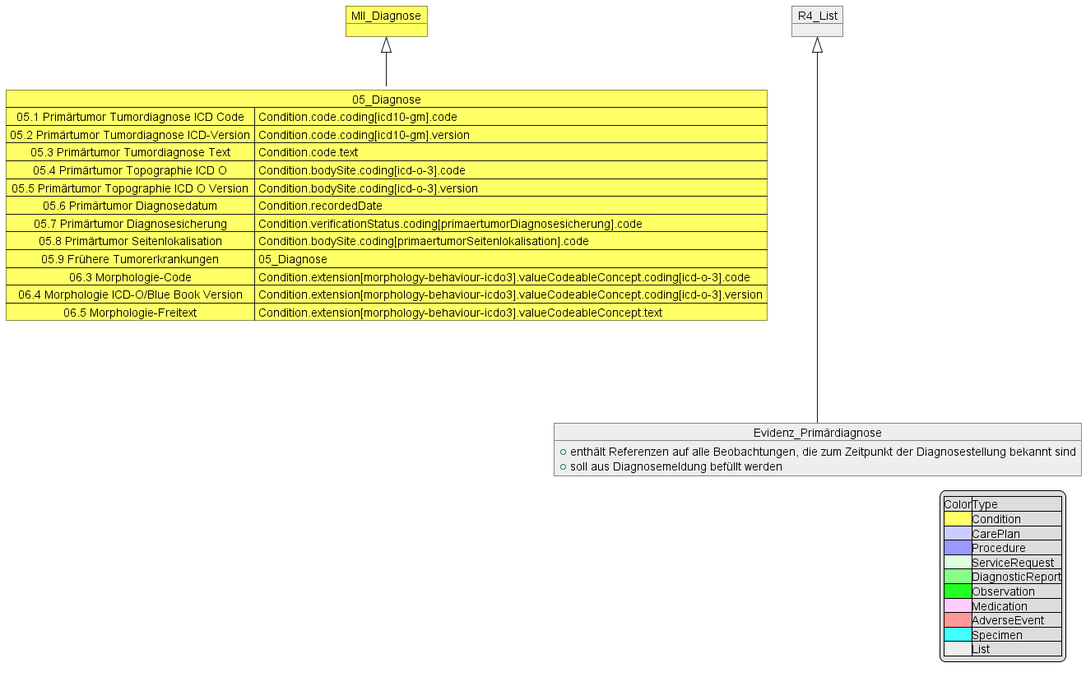
medizininformatik-initiative/kerndatensatzmodul-onkologie keeps this PlantUML diagram as input/images/MII_Onko_05_Diagnosis.png. Above is the earlier version.
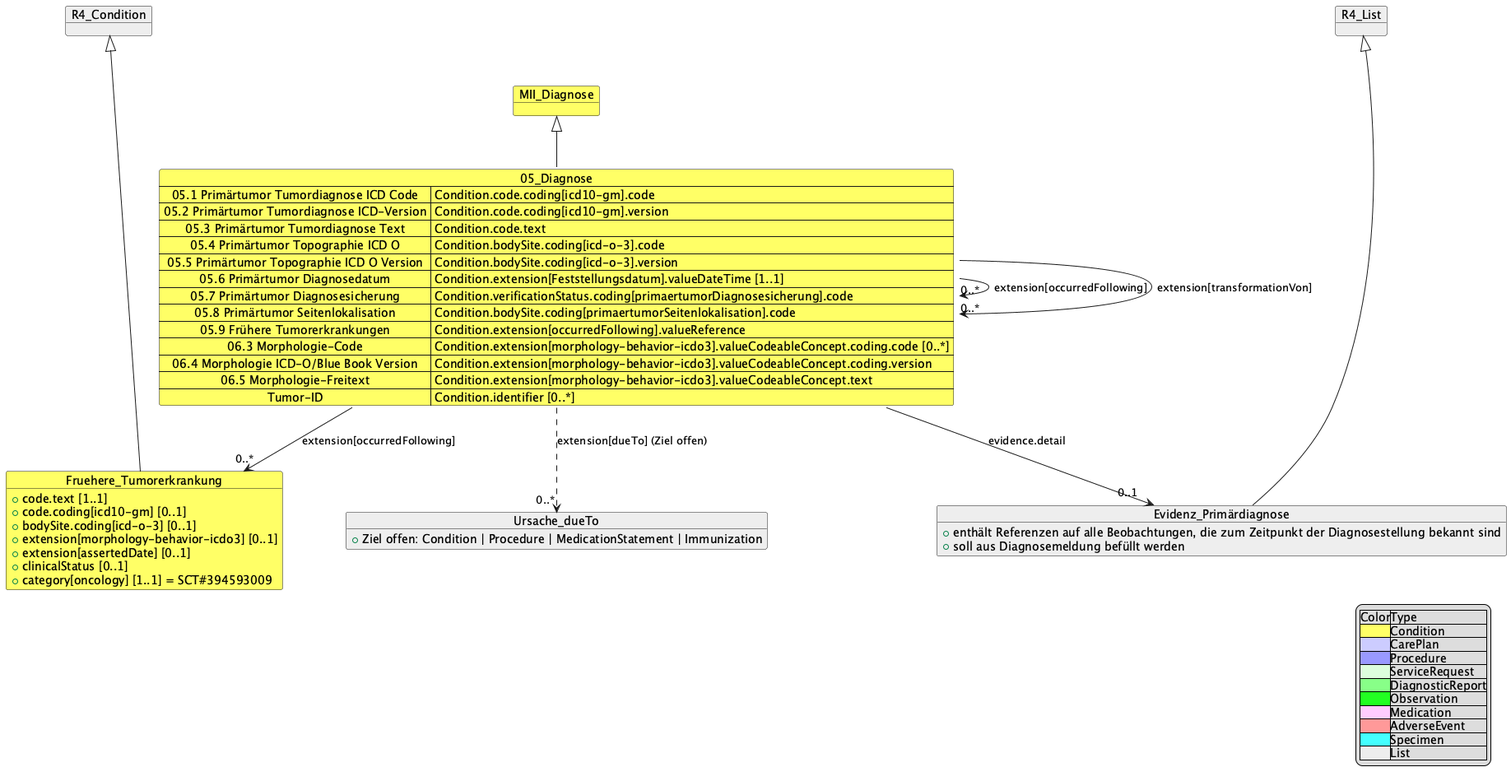
Later version of the same file.

Diff of the diagram source:
```diff
@@ -6,22 +6,45 @@
  05.3 Primärtumor Tumordiagnose Text => Condition.code.text
  05.4 Primärtumor Topographie ICD O => Condition.bodySite.coding[icd-o-3].code
  05.5 Primärtumor Topographie ICD O Version => Condition.bodySite.coding[icd-o-3].version
- 05.6 Primärtumor Diagnosedatum => Condition.recordedDate
+ 05.6 Primärtumor Diagnosedatum => Condition.extension[Feststellungsdatum].valueDateTime [1..1]
  05.7 Primärtumor Diagnosesicherung => Condition.verificationStatus.coding[primaertumorDiagnosesicherung].code
  05.8 Primärtumor Seitenlokalisation => Condition.bodySite.coding[primaertumorSeitenlokalisation].code
- 05.9 Frühere Tumorerkrankungen => 05_Diagnose
- 06.3 Morphologie-Code => Condition.extension[morphology-behaviour-icdo3].valueCodeableConcept.coding[icd-o-3].code
- 06.4 Morphologie ICD-O/Blue Book Version => Condition.extension[morphology-behaviour-icdo3].valueCodeableConcept.coding[icd-o-3].version
- 06.5 Morphologie-Freitext => Condition.extension[morphology-behaviour-icdo3].valueCodeableConcept.text
+ 05.9 Frühere Tumorerkrankungen => Condition.extension[occurredFollowing].valueReference
+ 06.3 Morphologie-Code => Condition.extension[morphology-behavior-icdo3].valueCodeableConcept.coding.code [0..*]
+ 06.4 Morphologie ICD-O/Blue Book Version => Condition.extension[morphology-behavior-icdo3].valueCodeableConcept.coding.version
+ 06.5 Morphologie-Freitext => Condition.extension[morphology-behavior-icdo3].valueCodeableConcept.text
+ Tumor-ID => Condition.identifier [0..*]
 }
 
 MII_Diagnose <|-down- 05_Diagnose
+
+object R4_Condition #EEEEEE
+object Fruehere_Tumorerkrankung #FFFF66 {
+    + code.text [1..1]
+    + code.coding[icd10-gm] [0..1]
+    + bodySite.coding[icd-o-3] [0..1]
+    + extension[morphology-behavior-icdo3] [0..1]
+    + extension[assertedDate] [0..1]
+    + clinicalStatus [0..1]
+    + category[oncology] [1..1] = SCT#394593009
+}
+R4_Condition <|---- Fruehere_Tumorerkrankung
+05_Diagnose --> "0..*" Fruehere_Tumorerkrankung : extension[occurredFollowing]
+05_Diagnose --> "0..*" 05_Diagnose : extension[occurredFollowing]
+05_Diagnose --> "0..*" 05_Diagnose : extension[transformationVon]
+
+object Ursache_dueTo #EEEEEE {
+    + Ziel offen: Condition | Procedure | MedicationStatement | Immunization
+}
+05_Diagnose ..> "0..*" Ursache_dueTo : extension[dueTo] (Ziel offen)
+
 object R4_List #EEEEEE
 object Evidenz_Primärdiagnose #EEEEEE {
     + enthält Referenzen auf alle Beobachtungen, die zum Zeitpunkt der Diagnosestellung bekannt sind
     + soll aus Diagnosemeldung befüllt werden
 }
 R4_List <|---- Evidenz_Primärdiagnose
+05_Diagnose --> "0..1" Evidenz_Primärdiagnose : evidence.detail
 
 legend right
 |Color|Type|
```
